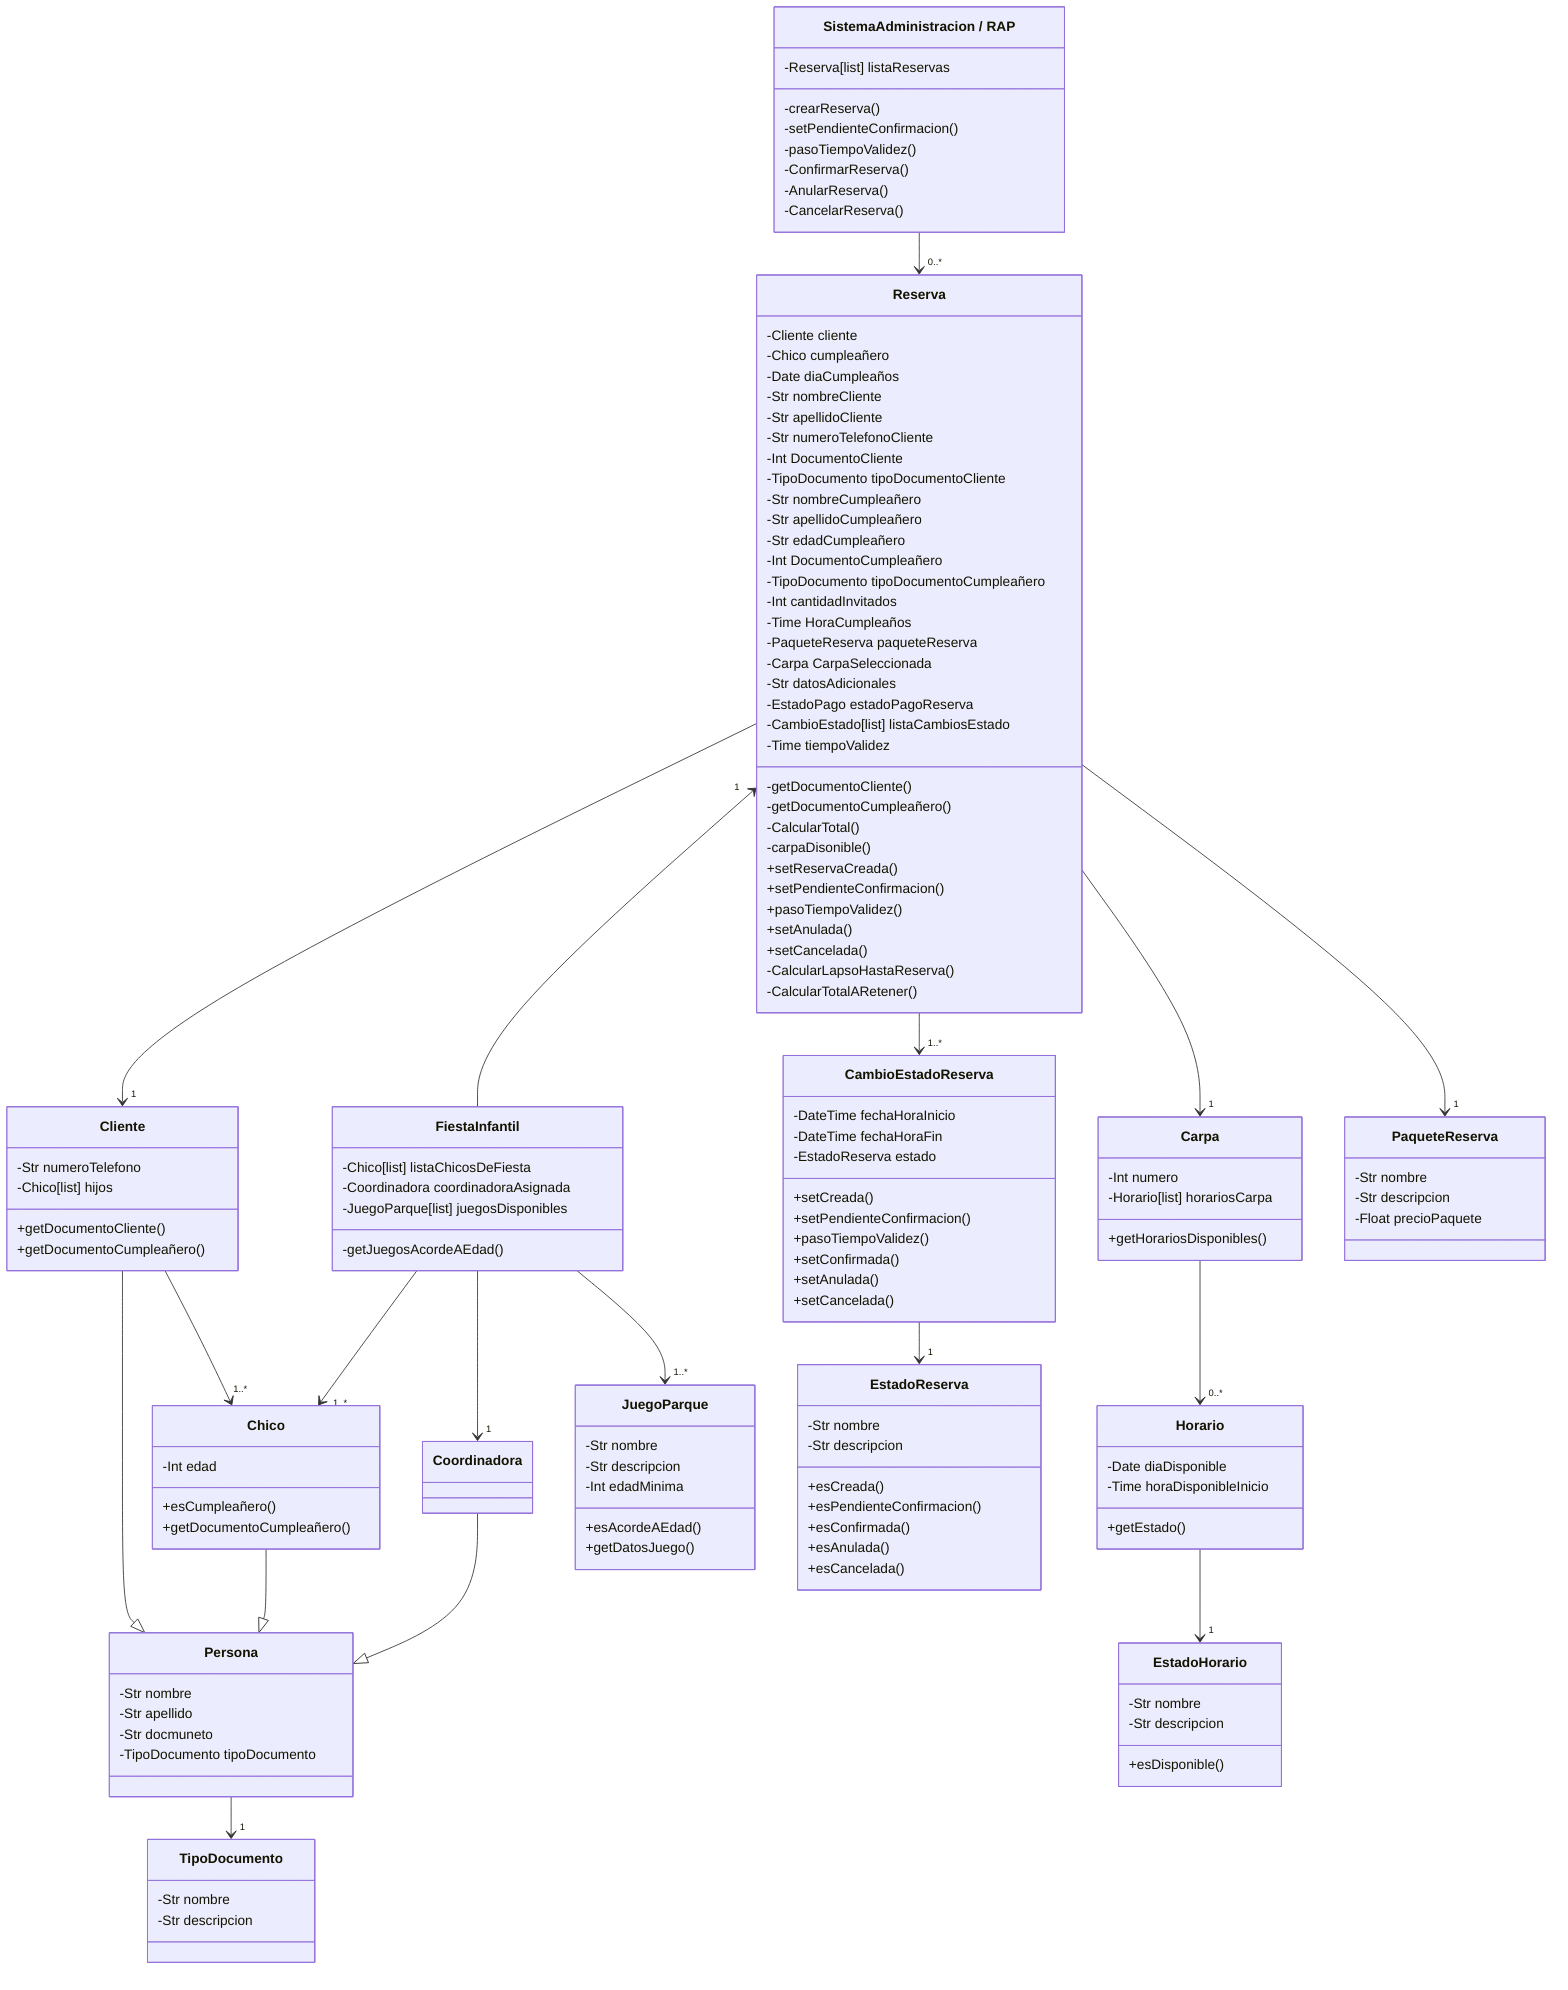
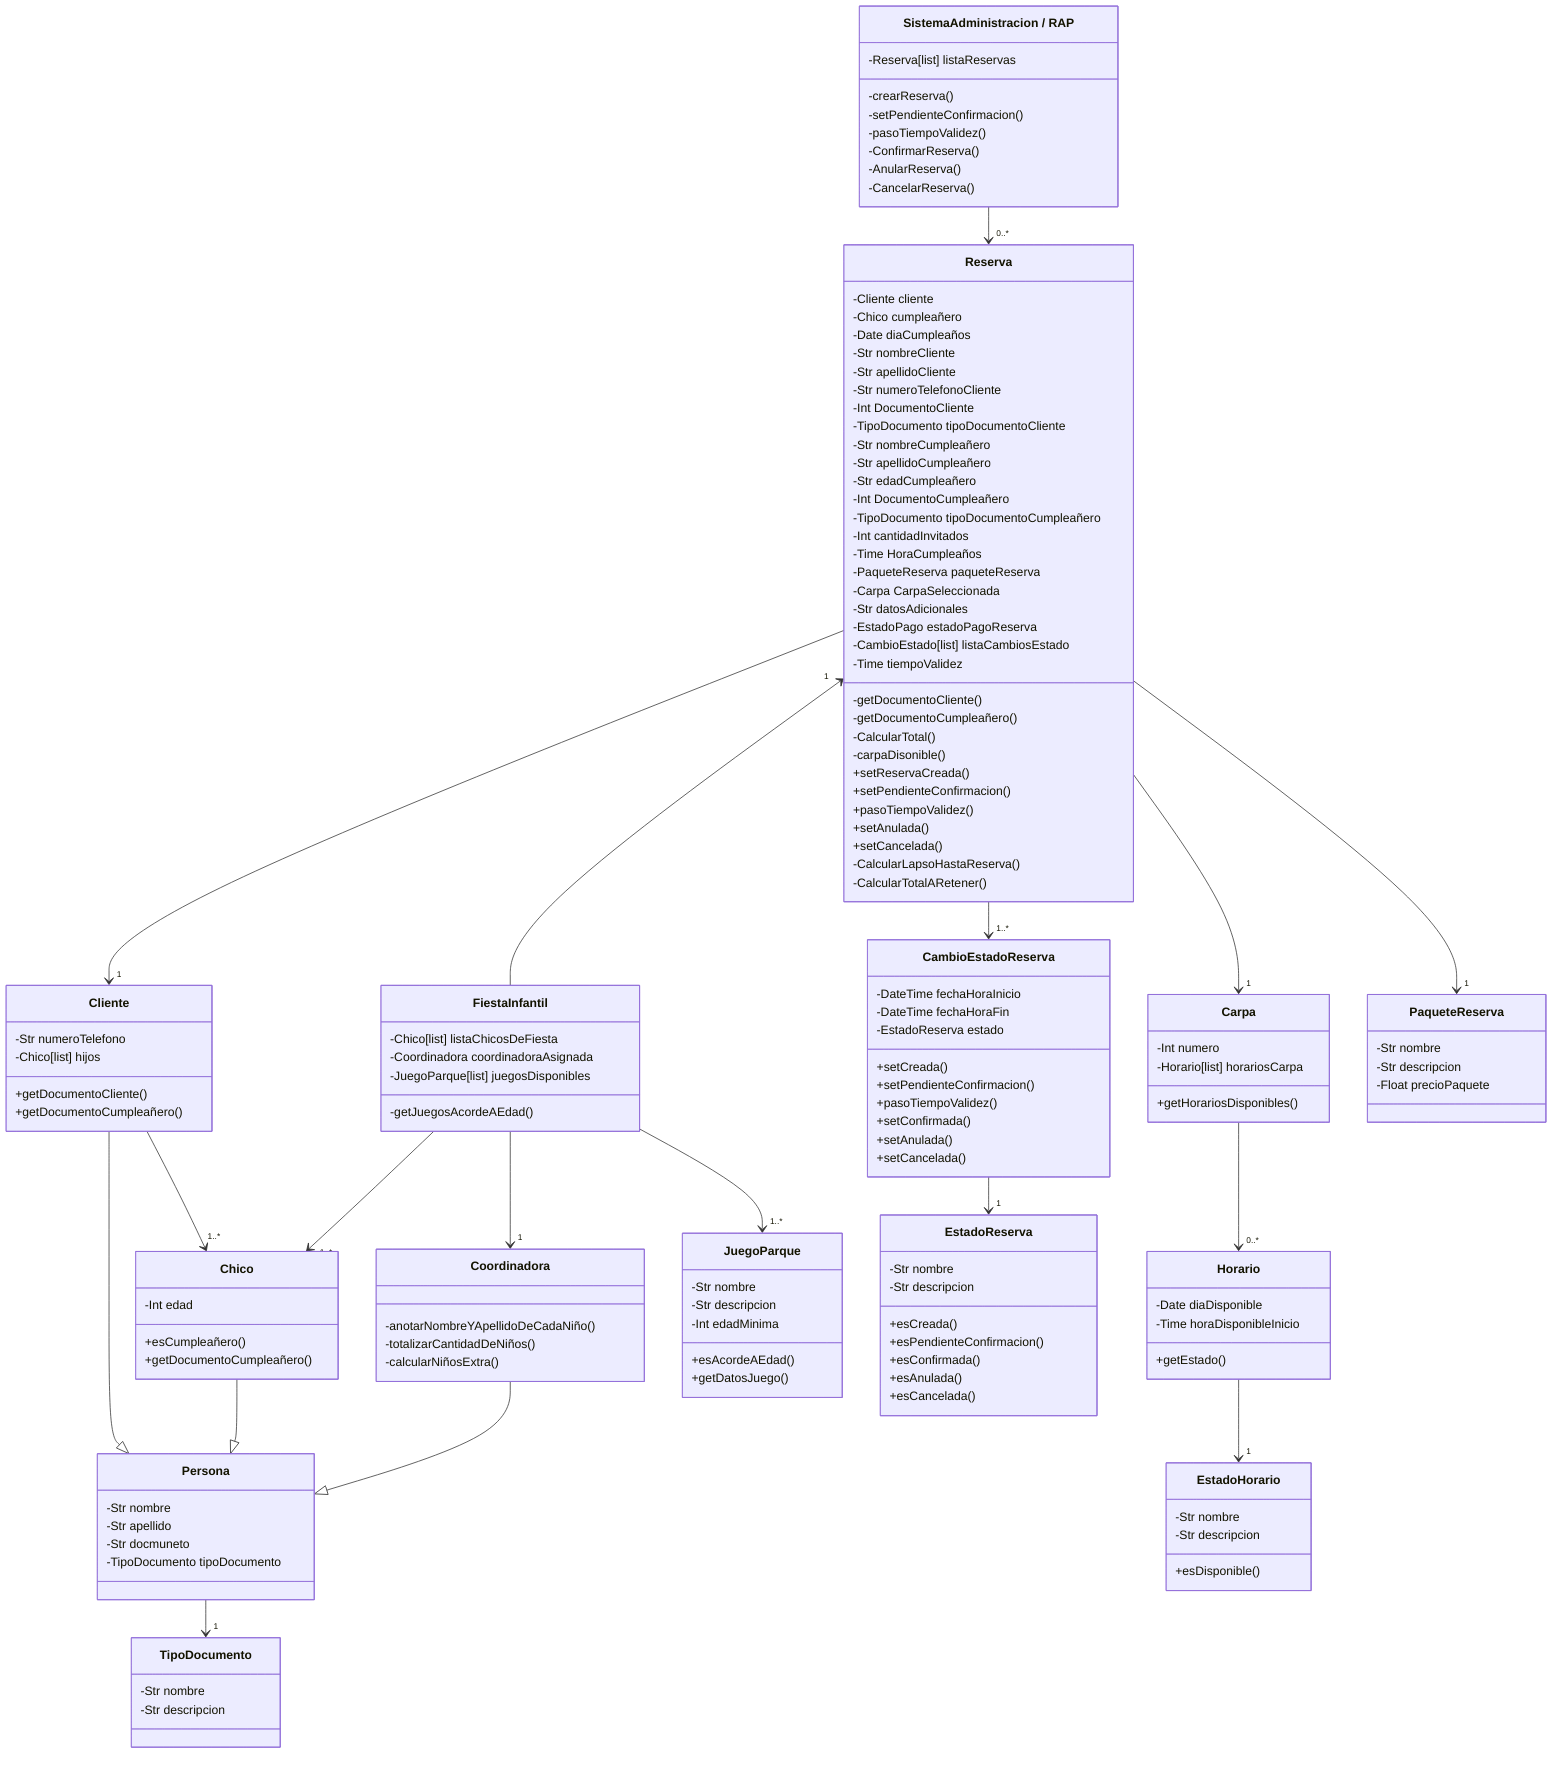
classDiagram

    Reserva -->"1" Cliente
    SistemaAdministracion -->"0..*" Reserva
    Cliente --|> Persona
    Cliente -->"1..*" Chico
    Reserva "1"<--FiestaInfantil
    Reserva -->"1..*" CambioEstadoReserva
    CambioEstadoReserva -->"1" EstadoReserva
    FiestaInfantil -->"1..*" Chico
    FiestaInfantil -->"1" Coordinadora
    FiestaInfantil -->"1..*" JuegoParque
    Coordinadora --|> Persona
    Reserva -->"1" Carpa
    Carpa -->"0..*" Horario
    Horario -->"1" EstadoHorario
    Persona -->"1" TipoDocumento
    Chico --|> Persona
    Reserva -->"1" PaqueteReserva
    Administrador

    class Reserva {
        -Cliente cliente
        -Chico cumpleañero
        -Date diaCumpleaños
        -Str nombreCliente
        -Str apellidoCliente
        -Str numeroTelefonoCliente
        -Int DocumentoCliente
        -TipoDocumento tipoDocumentoCliente
        -Str nombreCumpleañero
        -Str apellidoCumpleañero
        -Str edadCumpleañero
        -Int DocumentoCumpleañero
        -TipoDocumento tipoDocumentoCumpleañero
        -Int cantidadInvitados
        -Time HoraCumpleaños
        -PaqueteReserva paqueteReserva
        -Carpa CarpaSeleccionada
        -Str datosAdicionales
        -EstadoPago estadoPagoReserva
        -CambioEstado[list] listaCambiosEstado
        -Time tiempoValidez
        -getDocumentoCliente()
        -getDocumentoCumpleañero()
        -CalcularTotal()
        -carpaDisonible()
        +setReservaCreada()
        +setPendienteConfirmacion()
        +pasoTiempoValidez()
        +setAnulada()
        +setCancelada()
        -CalcularLapsoHastaReserva()
        -CalcularTotalARetener()
    }
    class Cliente {
        -Str numeroTelefono
        -Chico[list] hijos

        +getDocumentoCliente()
        +getDocumentoCumpleañero()
    }
    class Persona {
        -Str nombre
        -Str apellido
        -Str docmuneto
        -TipoDocumento tipoDocumento
    }
    class Carpa{
        -Int numero
        -Horario[list] horariosCarpa
        +getHorariosDisponibles()
    }
    class Horario {
        -Date diaDisponible
        -Time horaDisponibleInicio
        +getEstado()
    }
    class EstadoHorario {
        -Str nombre
        -Str descripcion
        +esDisponible()
    }

    class CambioEstadoReserva {
        -DateTime fechaHoraInicio
        -DateTime fechaHoraFin
        -EstadoReserva estado
        +setCreada()
        +setPendienteConfirmacion()
        +pasoTiempoValidez()
        +setConfirmada()
        +setAnulada()
        +setCancelada()
    }

    class EstadoReserva {
        -Str nombre
        -Str descripcion
        +esCreada()
        +esPendienteConfirmacion()
        +esConfirmada()
        +esAnulada()
        +esCancelada()
    }
    class PaqueteReserva {
        -Str nombre
        -Str descripcion
        -Float precioPaquete
    }
    class TipoDocumento {
        -Str nombre
        -Str descripcion
    }
    class FiestaInfantil {
        -Chico[list] listaChicosDeFiesta
        -Coordinadora coordinadoraAsignada
        -JuegoParque[list] juegosDisponibles
        -getJuegosAcordeAEdad()
    }
    class Chico {
        -Int edad
        +esCumpleañero()
        +getDocumentoCumpleañero()
    }
    class SistemaAdministracion["SistemaAdministracion / RAP"] {
        -Reserva[list] listaReservas
        -crearReserva()
        -setPendienteConfirmacion()
        -pasoTiempoValidez()
        -ConfirmarReserva()
        -AnularReserva()
        -CancelarReserva()
    }

-     class Coordinadora
+     class Coordinadora{
+         -anotarNombreYApellidoDeCadaNiño()
+         -totalizarCantidadDeNiños()
+         -calcularNiñosExtra()
+     }

    class JuegoParque {
        -Str nombre
        -Str descripcion
        -Int edadMinima
        +esAcordeAEdad()
        +getDatosJuego()
    }